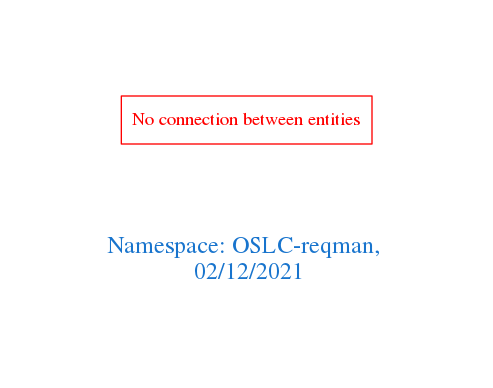
Earlier version of the Graphviz export downloads/OSLC-reqman.png (arago/OGIT). Its source is kept beside it as downloads/OSLC-reqman.dot.
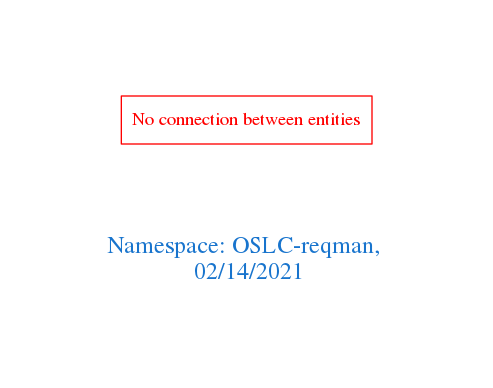
After the change.

Diff of the diagram source:
```diff
@@ -1,7 +1,7 @@
 digraph OGIT_ontology {
  graph [ rankdir= LR,pad=1
 fontsize = 18,
-fontcolor= dodgerblue3,label = "\n\n\nNamespace: OSLC-reqman, \n 02/12/2021"];
+fontcolor= dodgerblue3,label = "\n\n\nNamespace: OSLC-reqman, \n 02/14/2021"];
 node[shape=polygon];
 edge [  color="gray81"];
 
```
